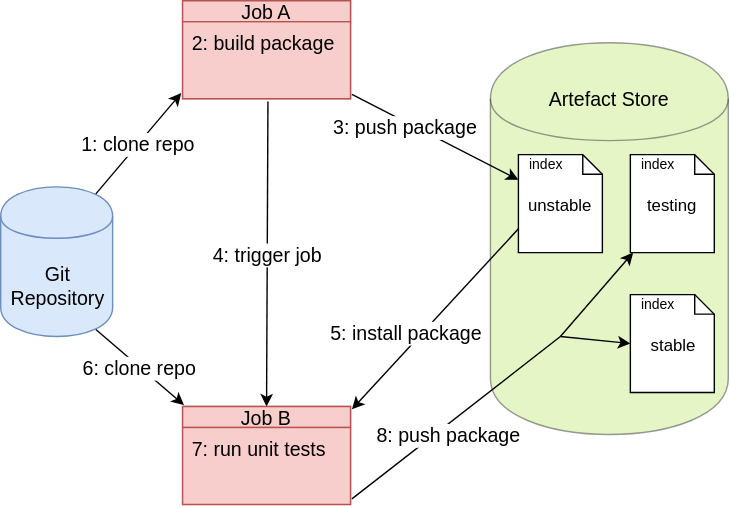
Before: pelican/content/images/ci_build_publish.svg, a diagram exported from draw.io (FlorianWilhelm/FlorianWilhelm.github.io). Source tidied: cells renumbered, new cells last; positions are measured from the earlier drawing's top-left corner, leaving out a move shared by most shapes.
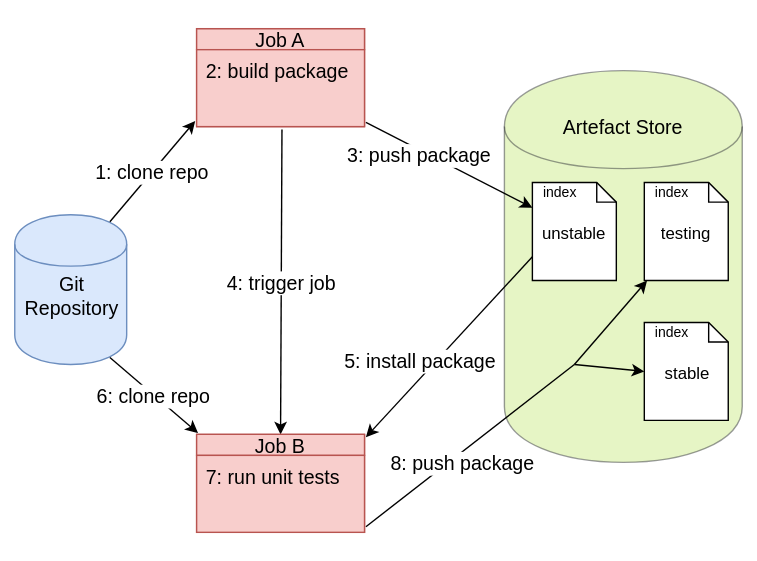
After the change.

Change to the diagram source:
```diff
@@ -1,11 +1,14 @@
-<mxGraphModel background="#ffffff">
+<mxGraphModel>
   <root>
     <mxCell id="0" />
     <mxCell id="1" parent="0" />
+    <mxCell id="26" style="rounded=0;whiteSpace=wrap;html=1;strokeColor=none;" parent="1" vertex="1">
+      <mxGeometry x="-10" y="-20" width="540" height="400" as="geometry" />
+    </mxCell>
     <mxCell id="2" style="shape=cylinder;whiteSpace=wrap;html=1;boundedLbl=1;fillColor=#cdeb8b;strokeColor=#36393d;gradientColor=none;opacity=50;" parent="1" vertex="1">
       <mxGeometry x="350" y="30" width="170" height="280" as="geometry" />
     </mxCell>
-    <mxCell id="3" value="&lt;font style=&quot;font-size: 14px&quot;&gt;Git&lt;/font&gt;&lt;div&gt;&lt;font style=&quot;font-size: 14px&quot;&gt;Repository&lt;/font&gt;&lt;/div&gt;" style="shape=cylinder;whiteSpace=wrap;html=1;boundedLbl=1;fillColor=#dae8fc;strokeColor=#6c8ebf;" parent="1" vertex="1">
+    <mxCell id="3" style="shape=cylinder;whiteSpace=wrap;html=1;boundedLbl=1;fillColor=#dae8fc;strokeColor=#6c8ebf;" parent="1" vertex="1">
       <mxGeometry y="133" width="80" height="107" as="geometry" />
     </mxCell>
     <mxCell id="4" value="Job A" style="swimlane;fontStyle=0;horizontal=1;startSize=15;fillColor=#f8cecc;swimlaneFillColor=#ffffff;strokeColor=#b85450;fontSize=14;" parent="1" vertex="1">
@@ -83,5 +86,8 @@
         <mxPoint x="400" y="240" as="sourcePoint" />
       </mxGeometry>
     </mxCell>
+    <mxCell id="27" value="&lt;font style=&quot;font-size: 14px&quot;&gt;Git&lt;/font&gt;&lt;div style=&quot;font-size: 14px&quot;&gt;&lt;font style=&quot;font-size: 14px&quot;&gt;Repository&lt;/font&gt;&lt;/div&gt;" style="text;html=1;strokeColor=none;fillColor=none;align=center;verticalAlign=middle;whiteSpace=wrap;rounded=0;" parent="1" vertex="1">
+      <mxGeometry x="20" y="180" width="40" height="20" as="geometry" />
+    </mxCell>
   </root>
 </mxGraphModel>
```
